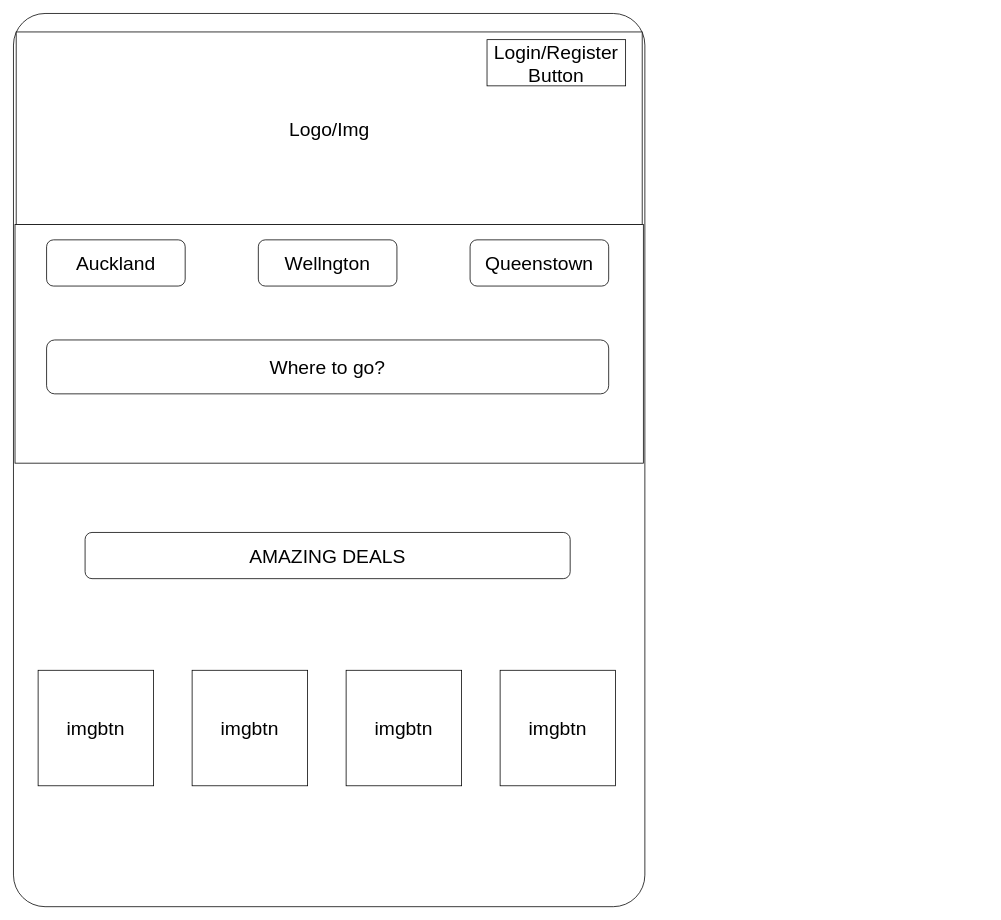
Above: Wireframes/HomePageMBAPP.drawio in BarryHennett/ISCG7424_MobileAssignment (draw.io), before the change. Source tidied: cells renumbered, new cells numbered last; positions are measured from the earlier drawing's top-left corner, leaving out a move shared by most shapes. Both pictures are drawn from the tidied source at 77%, with x=0, y=0 at pixel (13, 13).
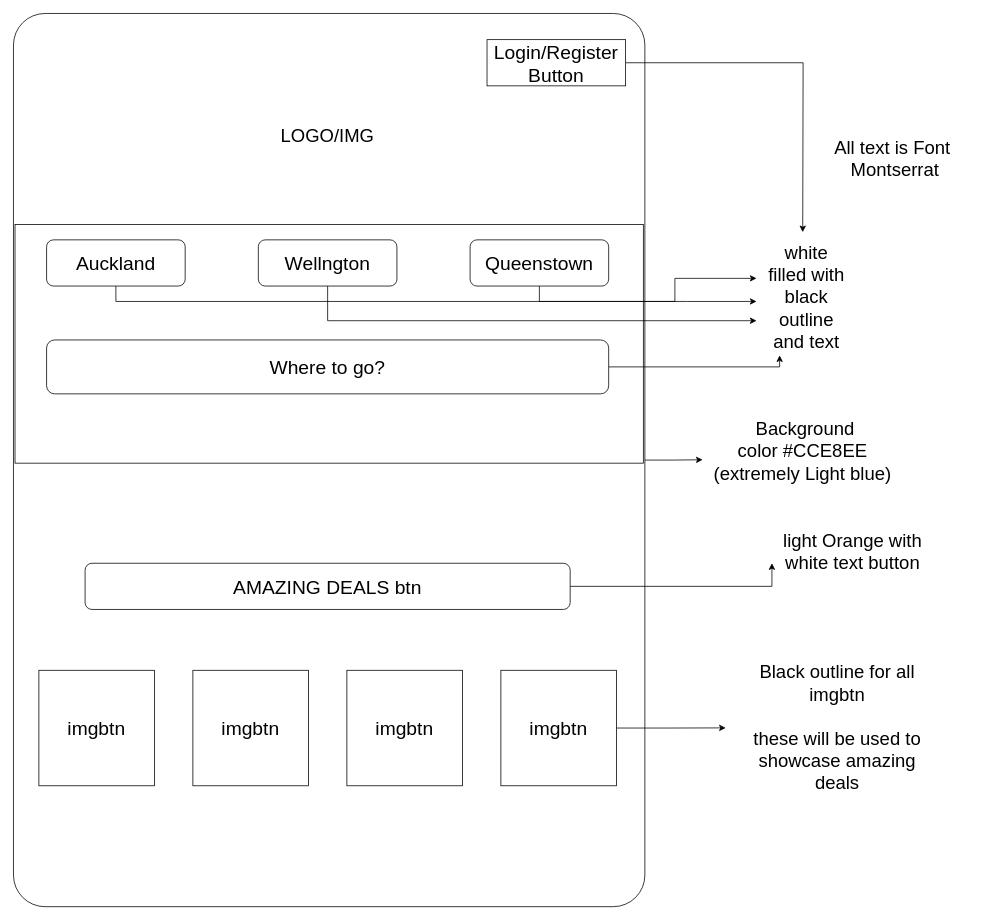
After the change.

The change refers to these unchanged cells:
```xml
<mxCell id="2" style="rounded=1;whiteSpace=wrap;html=1;arcSize=5;" parent="1" vertex="1">
  <mxGeometry width="820" height="1160" as="geometry" />
</mxCell>
<mxCell id="5" value="Auckland" style="rounded=1;whiteSpace=wrap;html=1;fontSize=25;" parent="1" vertex="1">
  <mxGeometry x="43" y="294" width="180" height="60" as="geometry" />
</mxCell>
<mxCell id="6" value="Wellngton" style="rounded=1;whiteSpace=wrap;html=1;fontSize=25;" parent="1" vertex="1">
  <mxGeometry x="318" y="294" width="180" height="60" as="geometry" />
</mxCell>
<mxCell id="7" value="Queenstown" style="rounded=1;whiteSpace=wrap;html=1;fontSize=25;" parent="1" vertex="1">
  <mxGeometry x="593" y="294" width="180" height="60" as="geometry" />
</mxCell>
<mxCell id="8" value="Where to go?" style="rounded=1;whiteSpace=wrap;html=1;fontSize=25;verticalAlign=middle;" parent="1" vertex="1">
  <mxGeometry x="43" y="424" width="730" height="70" as="geometry" />
</mxCell>
<mxCell id="14" value="Login/Register&lt;div style=&quot;font-size: 25px;&quot;&gt;Button&lt;/div&gt;" style="rounded=0;whiteSpace=wrap;html=1;fontSize=25;" parent="1" vertex="1">
  <mxGeometry x="615" y="34" width="180" height="60" as="geometry" />
</mxCell>
```

Diff of the diagram source:
```diff
@@
+    <mxCell id="15" style="edgeStyle=orthogonalEdgeStyle;rounded=0;jettySize=auto;html=1;exitX=1;exitY=0.5;exitDx=0;exitDy=0;" parent="1" edge="1" source="2">
+      <mxGeometry relative="1" as="geometry">
+        <mxPoint x="895" y="579.6" as="targetPoint" />
+      </mxGeometry>
+    </mxCell>
@@
-    <mxCell id="3" value="&lt;font style=&quot;font-size: 25px;&quot;&gt;Logo/Img&lt;/font&gt;" style="rounded=0;whiteSpace=wrap;html=1;" parent="1" vertex="1">
-      <mxGeometry x="3.5" y="24" width="813" height="250" as="geometry" />
-    </mxCell>
@@
+    <mxCell id="16" style="edgeStyle=orthogonalEdgeStyle;rounded=0;jettySize=auto;html=1;" parent="1" edge="1" source="5">
+      <mxGeometry relative="1" as="geometry">
+        <mxPoint x="965" y="374" as="targetPoint" />
+        <Array as="points">
+          <mxPoint x="133" y="374" />
+          <mxPoint x="875" y="374" />
+        </Array>
+      </mxGeometry>
+    </mxCell>
@@
+    <mxCell id="17" style="edgeStyle=orthogonalEdgeStyle;rounded=0;jettySize=auto;html=1;exitX=0.5;exitY=1;exitDx=0;exitDy=0;" parent="1" edge="1" source="6">
+      <mxGeometry relative="1" as="geometry">
+        <mxPoint x="965" y="399" as="targetPoint" />
+        <Array as="points">
+          <mxPoint x="408" y="399" />
+        </Array>
+      </mxGeometry>
+    </mxCell>
@@
+    <mxCell id="18" style="edgeStyle=orthogonalEdgeStyle;rounded=0;jettySize=auto;html=1;exitX=0.5;exitY=1;exitDx=0;exitDy=0;" parent="1" edge="1" source="7">
+      <mxGeometry relative="1" as="geometry">
+        <mxPoint x="965" y="344" as="targetPoint" />
+        <Array as="points">
+          <mxPoint x="683" y="374" />
+          <mxPoint x="859" y="374" />
+          <mxPoint x="859" y="344" />
+        </Array>
+      </mxGeometry>
+    </mxCell>
@@
+    <mxCell id="19" style="edgeStyle=orthogonalEdgeStyle;rounded=0;jettySize=auto;html=1;exitX=1;exitY=0.5;exitDx=0;exitDy=0;" parent="1" edge="1" source="8">
+      <mxGeometry relative="1" as="geometry">
+        <mxPoint x="995" y="444" as="targetPoint" />
+        <Array as="points">
+          <mxPoint x="995" y="459" />
+        </Array>
+      </mxGeometry>
+    </mxCell>
@@
     <mxCell id="9" value="imgbtn" style="whiteSpace=wrap;html=1;fontSize=25;" parent="1" vertex="1">
-      <mxGeometry x="32" y="853" width="150" height="150" as="geometry" />
+      <mxGeometry x="33" y="853" width="150" height="150" as="geometry" />
     </mxCell>
     <mxCell id="10" value="imgbtn" style="whiteSpace=wrap;html=1;fontSize=25;" parent="1" vertex="1">
-      <mxGeometry x="232" y="853" width="150" height="150" as="geometry" />
+      <mxGeometry x="233" y="853" width="150" height="150" as="geometry" />
     </mxCell>
     <mxCell id="11" value="imgbtn" style="whiteSpace=wrap;html=1;fontSize=25;" parent="1" vertex="1">
-      <mxGeometry x="432" y="853" width="150" height="150" as="geometry" />
+      <mxGeometry x="433" y="853" width="150" height="150" as="geometry" />
     </mxCell>
+    <mxCell id="20" style="edgeStyle=orthogonalEdgeStyle;rounded=0;jettySize=auto;html=1;exitX=1;exitY=0.5;exitDx=0;exitDy=0;entryX=0;entryY=1;entryDx=0;entryDy=0;" parent="1" edge="1" source="12" target="24">
+      <mxGeometry relative="1" as="geometry" />
+    </mxCell>
-    <mxCell id="12" value="AMAZING DEALS" style="rounded=1;whiteSpace=wrap;html=1;fontSize=25;" parent="1" vertex="1">
-      <mxGeometry x="93" y="674" width="630" height="60" as="geometry" />
+    <mxCell id="12" value="AMAZING DEALS btn" style="rounded=1;whiteSpace=wrap;html=1;fontSize=25;" parent="1" vertex="1">
+      <mxGeometry x="93" y="714" width="630" height="60" as="geometry" />
     </mxCell>
+    <mxCell id="21" style="edgeStyle=orthogonalEdgeStyle;rounded=0;jettySize=auto;html=1;exitX=1;exitY=0.5;exitDx=0;exitDy=0;" parent="1" edge="1" source="13">
+      <mxGeometry relative="1" as="geometry">
+        <mxPoint x="925" y="927.8" as="targetPoint" />
+      </mxGeometry>
+    </mxCell>
     <mxCell id="13" value="imgbtn" style="whiteSpace=wrap;html=1;fontSize=25;" parent="1" vertex="1">
-      <mxGeometry x="632" y="853" width="150" height="150" as="geometry" />
+      <mxGeometry x="633" y="853" width="150" height="150" as="geometry" />
     </mxCell>
+    <mxCell id="22" style="edgeStyle=orthogonalEdgeStyle;rounded=0;jettySize=auto;html=1;exitX=1;exitY=0.5;exitDx=0;exitDy=0;" parent="1" edge="1" source="14">
+      <mxGeometry relative="1" as="geometry">
+        <mxPoint x="1025" y="284" as="targetPoint" />
+      </mxGeometry>
+    </mxCell>
@@
+    <mxCell id="23" value="&lt;font style=&quot;font-size: 24px;&quot;&gt;white filled with black outline and text&lt;/font&gt;" style="text;strokeColor=none;align=center;fillColor=none;html=1;verticalAlign=middle;whiteSpace=wrap;rounded=0;" parent="1" vertex="1">
+      <mxGeometry x="975" y="354" width="110" height="30" as="geometry" />
+    </mxCell>
+    <mxCell id="24" value="&lt;font style=&quot;font-size: 24px;&quot;&gt;light Orange with white text button&lt;/font&gt;" style="text;strokeColor=none;align=center;fillColor=none;html=1;verticalAlign=middle;whiteSpace=wrap;rounded=0;" parent="1" vertex="1">
+      <mxGeometry x="985" y="684" width="210" height="30" as="geometry" />
+    </mxCell>
+    <mxCell id="25" value="&lt;font style=&quot;font-size: 24px;&quot;&gt;Black outline for all imgbtn&lt;/font&gt;&lt;div&gt;&lt;font style=&quot;font-size: 24px;&quot;&gt;&lt;br&gt;&lt;/font&gt;&lt;/div&gt;&lt;div&gt;&lt;font style=&quot;font-size: 24px;&quot;&gt;these will be used to showcase amazing deals&lt;/font&gt;&lt;/div&gt;" style="text;strokeColor=none;align=center;fillColor=none;html=1;verticalAlign=middle;whiteSpace=wrap;rounded=0;" parent="1" vertex="1">
+      <mxGeometry x="935" y="913" width="270" height="30" as="geometry" />
+    </mxCell>
+    <mxCell id="26" value="&lt;font style=&quot;font-size: 24px;&quot;&gt;&amp;nbsp;Background color&amp;nbsp;#CCE8EE (extremely Light blue)&lt;/font&gt;" style="text;strokeColor=none;align=center;fillColor=none;html=1;verticalAlign=middle;whiteSpace=wrap;rounded=0;" parent="1" vertex="1">
+      <mxGeometry x="905" y="554" width="240" height="30" as="geometry" />
+    </mxCell>
+    <mxCell id="27" value="&lt;font style=&quot;font-size: 24px;&quot;&gt;All text is Font&amp;nbsp;&lt;/font&gt;&lt;div&gt;&lt;font style=&quot;&quot;&gt;&lt;font style=&quot;font-size: 24px;&quot;&gt;Montserrat&lt;/font&gt;&lt;br&gt;&lt;/font&gt;&lt;/div&gt;" style="text;strokeColor=none;align=center;fillColor=none;html=1;verticalAlign=middle;whiteSpace=wrap;rounded=0;" parent="1" vertex="1">
+      <mxGeometry x="1025" y="104" width="240" height="170" as="geometry" />
+    </mxCell>
+    <mxCell id="28" value="&lt;font style=&quot;font-size: 24px;&quot;&gt;LOGO/IMG&lt;/font&gt;" style="text;html=1;align=center;verticalAlign=middle;whiteSpace=wrap;rounded=0;" parent="1" vertex="1">
+      <mxGeometry x="328" y="144" width="160" height="30" as="geometry" />
+    </mxCell>
```
